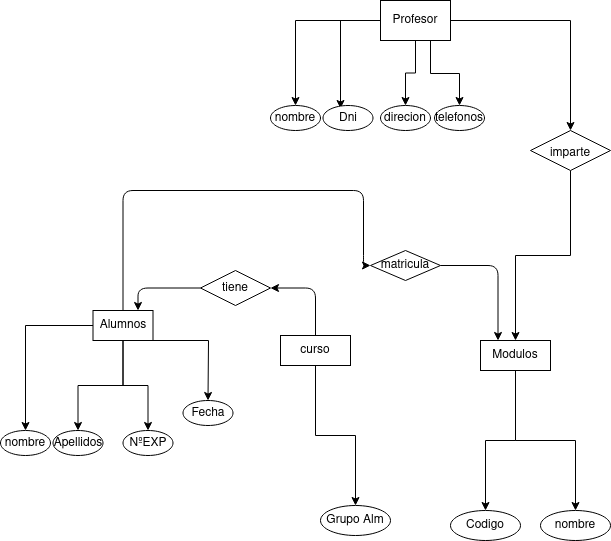
adogonz23/BAE keeps this draw.io diagram as Ejercicios/images/diagrama_BAE_E2.drawio.png. Above is the earlier version. Source tidied: cells renumbered, new cells last; positions are measured from the earlier drawing's top-left corner, leaving out a move shared by most shapes.
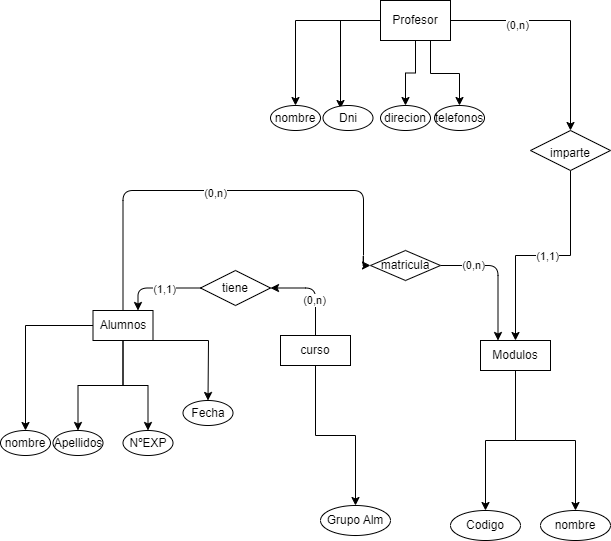
After the commit.

The edit, as a diff of the source:
```diff
@@ -89,6 +89,9 @@
     <mxCell id="27" style="edgeStyle=orthogonalEdgeStyle;rounded=0;hachureGap=4;jettySize=auto;html=1;entryX=0.5;entryY=0;entryDx=0;entryDy=0;fontFamily=Architects Daughter;fontSource=https%3A%2F%2Ffonts.googleapis.com%2Fcss%3Ffamily%3DArchitects%2BDaughter;fontSize=16;" parent="1" edge="1" source="28" target="34">
       <mxGeometry relative="1" as="geometry" />
     </mxCell>
+    <mxCell id="41" value="(0,n)" style="edgeLabel;html=1;align=center;verticalAlign=middle;" parent="27" vertex="1">
+      <mxGeometry x="-0.43" y="-4" relative="1" as="geometry" />
+    </mxCell>
     <mxCell id="28" value="Profesor" style="rounded=0;whiteSpace=wrap;html=1;labelBackgroundColor=none;" parent="1" vertex="1">
       <mxGeometry x="380" width="70" height="40" as="geometry" />
     </mxCell>
@@ -107,12 +110,18 @@
     <mxCell id="33" style="edgeStyle=orthogonalEdgeStyle;rounded=0;hachureGap=4;jettySize=auto;html=1;exitX=0.5;exitY=1;exitDx=0;exitDy=0;entryX=0.5;entryY=0;entryDx=0;entryDy=0;fontFamily=Architects Daughter;fontSource=https%3A%2F%2Ffonts.googleapis.com%2Fcss%3Ffamily%3DArchitects%2BDaughter;fontSize=16;" parent="1" edge="1" source="34" target="15">
       <mxGeometry relative="1" as="geometry" />
     </mxCell>
+    <mxCell id="42" value="(1,1)" style="edgeLabel;html=1;align=center;verticalAlign=middle;" parent="33" vertex="1">
+      <mxGeometry x="-0.03" relative="1" as="geometry" />
+    </mxCell>
     <mxCell id="34" value="&lt;font style=&quot;font-size: 12px;&quot; face=&quot;Helvetica&quot;&gt;imparte&lt;/font&gt;" style="rhombus;whiteSpace=wrap;html=1;hachureGap=4;fontFamily=Architects Daughter;fontSource=https%3A%2F%2Ffonts.googleapis.com%2Fcss%3Ffamily%3DArchitects%2BDaughter;fontSize=20;rounded=0;" parent="1" vertex="1">
       <mxGeometry x="530" y="130" width="80" height="40" as="geometry" />
     </mxCell>
     <mxCell id="35" style="edgeStyle=orthogonalEdgeStyle;jettySize=auto;html=1;entryX=0.25;entryY=0;entryDx=0;entryDy=0;" parent="1" edge="1" source="36" target="15">
       <mxGeometry relative="1" as="geometry" />
     </mxCell>
+    <mxCell id="43" value="(0,n)" style="edgeLabel;html=1;align=center;verticalAlign=middle;" parent="35" vertex="1">
+      <mxGeometry x="-0.52" y="1" relative="1" as="geometry" />
+    </mxCell>
     <mxCell id="36" value="matricula" style="rhombus;whiteSpace=wrap;html=1;" parent="1" vertex="1">
       <mxGeometry x="370" y="250" width="70" height="30" as="geometry" />
     </mxCell>
@@ -125,14 +134,25 @@
         </Array>
       </mxGeometry>
     </mxCell>
+    <mxCell id="44" value="(0,n)" style="edgeLabel;html=1;align=center;verticalAlign=middle;" parent="37" vertex="1">
+      <mxGeometry x="-0.04" y="-2" relative="1" as="geometry">
+        <mxPoint x="1" as="offset" />
+      </mxGeometry>
+    </mxCell>
     <mxCell id="38" style="edgeStyle=orthogonalEdgeStyle;jettySize=auto;html=1;entryX=0.75;entryY=0;entryDx=0;entryDy=0;" parent="1" edge="1" source="39" target="5">
       <mxGeometry relative="1" as="geometry" />
     </mxCell>
+    <mxCell id="45" value="(1,1)" style="edgeLabel;html=1;align=center;verticalAlign=middle;" parent="38" vertex="1">
+      <mxGeometry x="-0.13" y="1" relative="1" as="geometry" />
+    </mxCell>
     <mxCell id="39" value="tiene" style="rhombus;whiteSpace=wrap;html=1;" parent="1" vertex="1">
       <mxGeometry x="200" y="270" width="70" height="35" as="geometry" />
     </mxCell>
     <mxCell id="40" style="edgeStyle=orthogonalEdgeStyle;jettySize=auto;html=1;entryX=1;entryY=0.5;entryDx=0;entryDy=0;exitX=0.5;exitY=0;exitDx=0;exitDy=0;" parent="1" edge="1" source="20" target="39">
       <mxGeometry relative="1" as="geometry" />
     </mxCell>
+    <mxCell id="46" value="(0,n)" style="edgeLabel;html=1;align=center;verticalAlign=middle;" parent="40" vertex="1">
+      <mxGeometry x="-0.22" y="2" relative="1" as="geometry" />
+    </mxCell>
   </root>
 </mxGraphModel>
```
